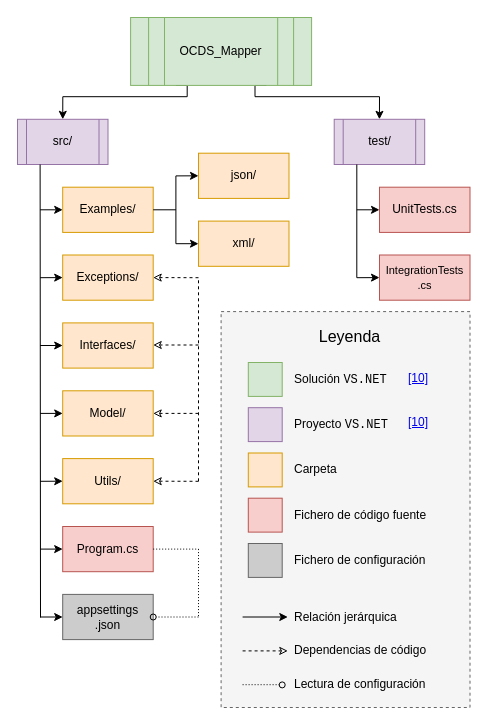
This is Memoria/schemes/estructura.drawio from hxshfx/TFG_PabloPalomoLopez, a draw.io file, before an edit. Source tidied: cells renumbered, new cells numbered last; positions are measured from the earlier drawing's top-left corner, leaving out a move shared by most shapes. Both pictures are drawn from the tidied source at 100%, with x=0, y=0 at pixel (17, 17).
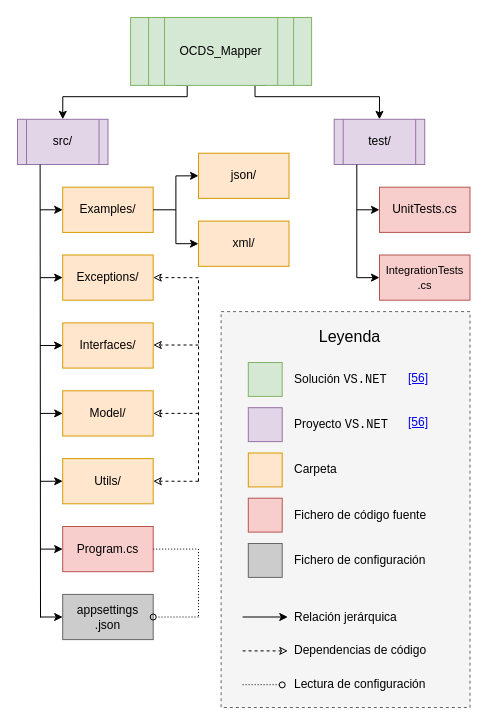
Above is the later version.

Unchanged cells that the change refers to:
```xml
<mxCell id="23" style="group;" parent="21" vertex="1">
  <mxGeometry x="21.5" y="50.9" width="213.8" height="294.1" as="geometry" />
</mxCell>
```

The edit, as a diff of the source:
```diff
@@
-    <mxCell id="34" value="[10]" style="text;html=1;strokeColor=none;fillColor=none;whiteSpace=wrap;align=center;verticalAlign=middle;fontColor=#0000EE;fontStyle=4;dashed=1;" parent="23" vertex="1">
+    <mxCell id="34" value="[56]" style="text;html=1;strokeColor=none;fillColor=none;whiteSpace=wrap;align=center;verticalAlign=middle;fontColor=#0000EE;fontStyle=4;dashed=1;" parent="23" vertex="1">
       <mxGeometry x="158.4" y="-1.1" width="33.9" height="33.9" as="geometry" />
     </mxCell>
-    <mxCell id="35" value="[10]" style="text;html=1;strokeColor=none;fillColor=none;whiteSpace=wrap;align=center;verticalAlign=middle;fontColor=#0000EE;fontStyle=4;dashed=1;" parent="23" vertex="1">
+    <mxCell id="35" value="[56]" style="text;html=1;strokeColor=none;fillColor=none;whiteSpace=wrap;align=center;verticalAlign=middle;fontColor=#0000EE;fontStyle=4;dashed=1;" parent="23" vertex="1">
       <mxGeometry x="158.4" y="45.2" width="33.9" height="30.5" as="geometry" />
     </mxCell>
```
